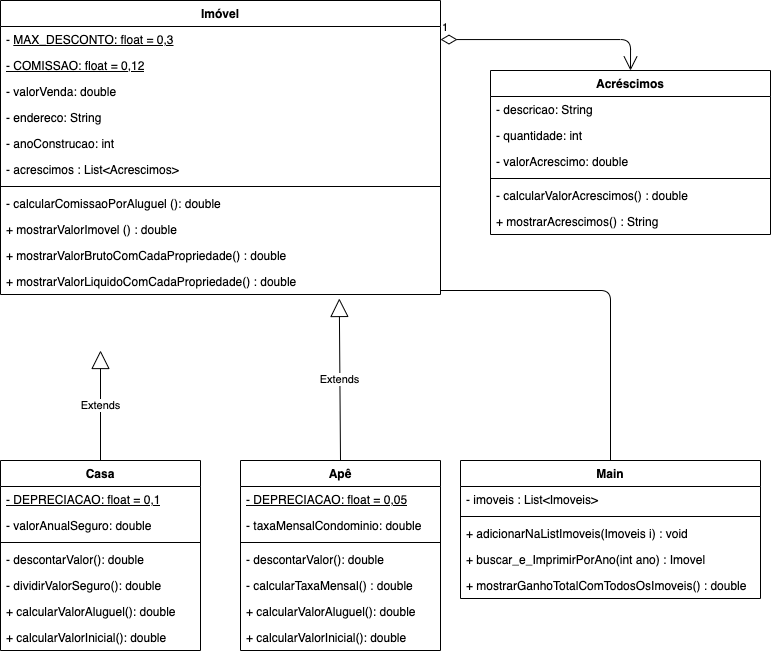
The draw.io diagram Docs/DiagClasseImobiliaria.drawio.png in ericdiniz/PM_Exerc_Condominio_seguro, before a commit. Source tidied: cells renumbered, new cells last; positions are measured from the earlier drawing's top-left corner, leaving out a move shared by most shapes.
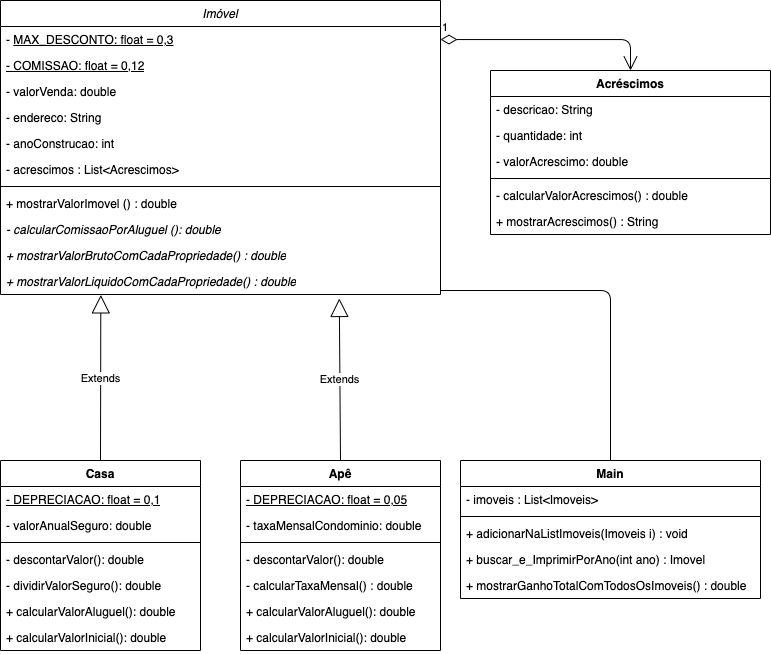
The same diagram one commit later.

Commit message:
mudança no diagrama + classe imovel

Change to the diagram source:
```diff
@@ -2,7 +2,7 @@
   <root>
     <mxCell id="0" />
     <mxCell id="1" parent="0" />
-    <mxCell id="2" value="Imóvel" style="swimlane;fontStyle=1;align=center;verticalAlign=top;horizontal=1;startSize=26;whiteSpace=wrap;html=1;" parent="1" vertex="1">
+    <mxCell id="2" value="&lt;i style=&quot;font-weight: normal;&quot;&gt;Imóvel&lt;/i&gt;" style="swimlane;fontStyle=1;align=center;verticalAlign=top;horizontal=1;startSize=26;whiteSpace=wrap;html=1;" parent="1" vertex="1">
       <mxGeometry width="440" height="294" as="geometry" />
     </mxCell>
     <mxCell id="3" value="- &lt;u&gt;MAX_DESCONTO: float = 0,3&lt;/u&gt;" style="text;strokeColor=none;fillColor=none;align=left;verticalAlign=top;spacingLeft=4;spacingRight=4;overflow=hidden;points=[[0,0.5],[1,0.5]];portConstraint=eastwest;whiteSpace=wrap;html=1;" parent="2" vertex="1">
@@ -26,16 +26,16 @@
     <mxCell id="9" style="line;strokeWidth=1;fillColor=none;align=left;verticalAlign=middle;spacingTop=-1;spacingLeft=3;spacingRight=3;labelPosition=right;strokeColor=inherit;" parent="2" vertex="1">
       <mxGeometry y="182" width="440" height="8" as="geometry" />
     </mxCell>
+    <mxCell id="11" value="+ mostrarValorImovel () : double" style="text;strokeColor=none;fillColor=none;align=left;verticalAlign=top;spacingLeft=4;spacingRight=4;overflow=hidden;whiteSpace=wrap;html=1;" parent="2" vertex="1">
+      <mxGeometry y="190" width="440" height="26" as="geometry" />
+    </mxCell>
-    <mxCell id="10" value="- calcularComissaoPorAluguel (): double" style="text;strokeColor=none;fillColor=none;align=left;verticalAlign=top;spacingLeft=4;spacingRight=4;overflow=hidden;whiteSpace=wrap;html=1;" parent="2" vertex="1">
-      <mxGeometry y="190" width="440" height="26" as="geometry" />
+    <mxCell id="10" value="&lt;i&gt;- calcularComissaoPorAluguel (): double&lt;/i&gt;" style="text;strokeColor=none;fillColor=none;align=left;verticalAlign=top;spacingLeft=4;spacingRight=4;overflow=hidden;whiteSpace=wrap;html=1;" parent="2" vertex="1">
+      <mxGeometry y="216" width="440" height="26" as="geometry" />
     </mxCell>
-    <mxCell id="11" value="+ mostrarValorImovel () : double" style="text;strokeColor=none;fillColor=none;align=left;verticalAlign=top;spacingLeft=4;spacingRight=4;overflow=hidden;whiteSpace=wrap;html=1;" parent="2" vertex="1">
-      <mxGeometry y="216" width="440" height="26" as="geometry" />
-    </mxCell>
-    <mxCell id="12" value="+ mostrarValorBrutoComCadaPropriedade() : double" style="text;strokeColor=none;fillColor=none;align=left;verticalAlign=top;spacingLeft=4;spacingRight=4;overflow=hidden;whiteSpace=wrap;html=1;" parent="2" vertex="1">
+    <mxCell id="12" value="&lt;i&gt;+ mostrarValorBrutoComCadaPropriedade() : double&lt;/i&gt;" style="text;strokeColor=none;fillColor=none;align=left;verticalAlign=top;spacingLeft=4;spacingRight=4;overflow=hidden;whiteSpace=wrap;html=1;" parent="2" vertex="1">
       <mxGeometry y="242" width="440" height="26" as="geometry" />
     </mxCell>
-    <mxCell id="13" value="+ mostrarValorLiquidoComCadaPropriedade() : double" style="text;strokeColor=none;fillColor=none;align=left;verticalAlign=top;spacingLeft=4;spacingRight=4;overflow=hidden;points=[[0,0.5],[1,0.5]];portConstraint=eastwest;whiteSpace=wrap;html=1;" parent="2" vertex="1">
+    <mxCell id="13" value="&lt;i&gt;+ mostrarValorLiquidoComCadaPropriedade() : double&lt;/i&gt;" style="text;strokeColor=none;fillColor=none;align=left;verticalAlign=top;spacingLeft=4;spacingRight=4;overflow=hidden;points=[[0,0.5],[1,0.5]];portConstraint=eastwest;whiteSpace=wrap;html=1;" parent="2" vertex="1">
       <mxGeometry y="268" width="440" height="26" as="geometry" />
     </mxCell>
     <mxCell id="14" value="Casa" style="swimlane;fontStyle=1;align=center;verticalAlign=top;horizontal=1;startSize=26;whiteSpace=wrap;html=1;" parent="1" vertex="1">
@@ -86,10 +86,8 @@
     <mxCell id="29" value="+ calcularValorInicial(): double" style="text;strokeColor=none;fillColor=none;align=left;verticalAlign=top;spacingLeft=4;spacingRight=4;overflow=hidden;whiteSpace=wrap;html=1;" parent="22" vertex="1">
       <mxGeometry y="164" width="200" height="26" as="geometry" />
     </mxCell>
-    <mxCell id="30" value="Extends" style="endArrow=block;endSize=16;endFill=0;html=1;exitX=0.5;exitY=0;exitDx=0;exitDy=0;" parent="1" edge="1" source="14">
-      <mxGeometry relative="1" as="geometry">
-        <mxPoint x="100" y="350" as="targetPoint" />
-      </mxGeometry>
+    <mxCell id="30" value="Extends" style="endArrow=block;endSize=16;endFill=0;html=1;exitX=0.5;exitY=0;exitDx=0;exitDy=0;entryX=0.228;entryY=1.015;entryDx=0;entryDy=0;entryPerimeter=0;" parent="1" edge="1" source="14" target="13">
+      <mxGeometry relative="1" as="geometry" />
     </mxCell>
     <mxCell id="31" value="Extends" style="endArrow=block;endSize=16;endFill=0;html=1;exitX=0.5;exitY=0;exitDx=0;exitDy=0;entryX=0.77;entryY=1.153;entryDx=0;entryDy=0;entryPerimeter=0;" parent="1" edge="1" source="22" target="13">
       <mxGeometry relative="1" as="geometry" />
@@ -97,7 +95,7 @@
     <mxCell id="32" value="1" style="endArrow=open;html=1;endSize=12;startArrow=diamondThin;startSize=14;startFill=0;edgeStyle=orthogonalEdgeStyle;align=left;verticalAlign=bottom;entryX=0.5;entryY=0;entryDx=0;entryDy=0;" parent="1" edge="1" source="3" target="33">
       <mxGeometry x="-1" y="3" relative="1" as="geometry" />
     </mxCell>
-    <mxCell id="33" value="Acréscimos" style="swimlane;fontStyle=1;align=center;verticalAlign=top;horizontal=1;startSize=26;" parent="1" vertex="1">
+    <mxCell id="33" value="Acréscimos" style="swimlane;fontStyle=1;align=center;verticalAlign=top;horizontal=1;startSize=26;shadow=0;" parent="1" vertex="1">
       <mxGeometry x="490" y="70" width="280" height="164" as="geometry" />
     </mxCell>
     <mxCell id="34" value="- descricao: String" style="text;strokeColor=none;fillColor=none;align=left;verticalAlign=top;spacingLeft=4;spacingRight=4;overflow=hidden;" parent="33" vertex="1">
```
